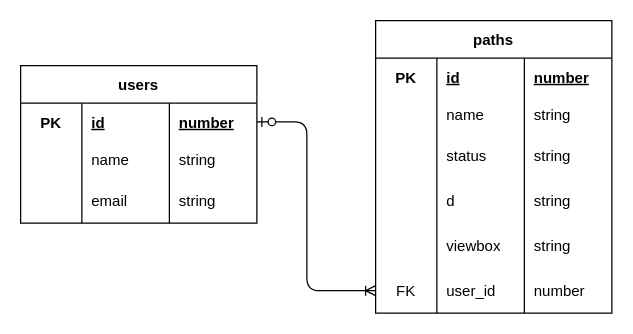
Earlier version of the draw.io diagram doc/ERM_V1.drawio (Johblanc/iconotheque_back). Source tidied: cells renumbered, new cells numbered last; positions are measured from the earlier drawing's top-left corner, leaving out a move shared by most shapes. Both pictures are drawn from the tidied source at 125%, with x=0, y=0 at pixel (20, 20).
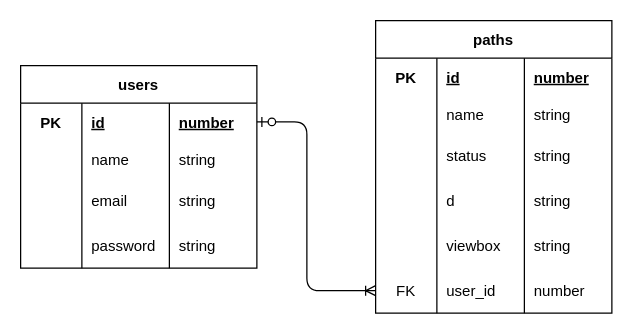
The same diagram, later.

Commit message (it also covers changes not shown here):
feat : Ajout Password

What changed in the source:
```diff
@@
     <mxCell id="2" value="users" style="shape=table;startSize=30;childLayout=tableLayout;rowLines=0;fontStyle=1;align=center;" parent="1" vertex="1">
-      <mxGeometry y="36" width="189" height="126" as="geometry" />
+      <mxGeometry y="36" width="189" height="162" as="geometry" />
     </mxCell>
@@
+    <mxCell id="41" style="shape=tableRow;horizontal=0;startSize=0;swimlaneHead=0;swimlaneBody=0;fillColor=none;top=0;left=0;right=0;bottom=0;" parent="2" vertex="1">
+      <mxGeometry y="126" width="189" height="36" as="geometry" />
+    </mxCell>
+    <mxCell id="42" style="shape=partialRectangle;fillColor=none;top=0;left=0;bottom=0;right=0;overflow=hidden;" parent="41" vertex="1">
+      <mxGeometry width="49" height="36" as="geometry" />
+    </mxCell>
+    <mxCell id="43" value="password" style="shape=partialRectangle;fillColor=none;top=0;left=0;bottom=0;right=0;align=left;spacingLeft=6;overflow=hidden;" parent="41" vertex="1">
+      <mxGeometry x="49" width="70" height="36" as="geometry" />
+    </mxCell>
+    <mxCell id="44" value="string" style="shape=partialRectangle;fillColor=none;top=0;left=0;bottom=0;right=0;align=left;spacingLeft=6;overflow=hidden;" parent="41" vertex="1">
+      <mxGeometry x="119" width="70" height="36" as="geometry" />
+    </mxCell>
```
